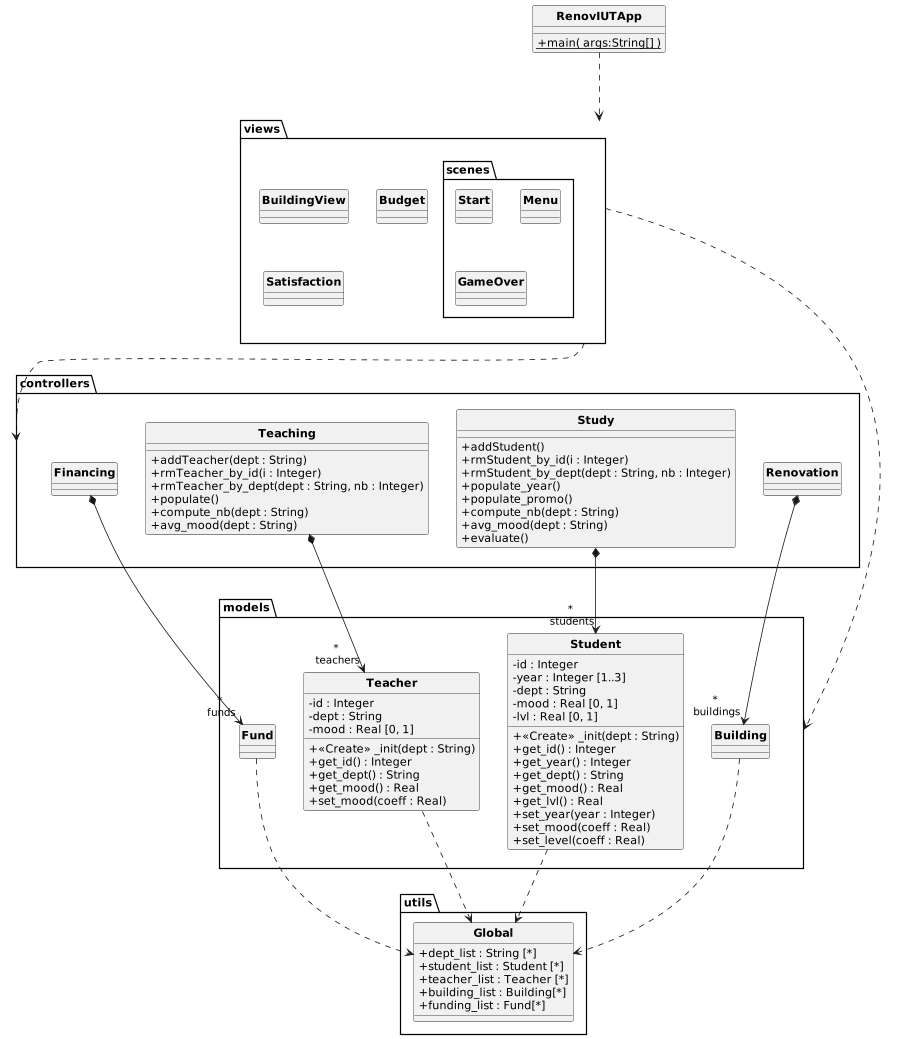
Earlier version of the PlantUML export uml/renov-iut.png (MartinFrison/Renov-IUT). The source it was exported from:
```plantuml
@startuml
skinparam style strictuml
skinparam classAttributeIconSize 0
skinparam classFontStyle Bold
hide enum methods

class RenovIUTApp {
    + {static} main( args:String[] )
}

package models {
    class Building {

    }

    class Student {
        - id : Integer
        - year : Integer [1..3]
        - dept : String
        - mood : Real [0, 1]
        - lvl : Real [0, 1]
        + «Create» _init(dept : String)
        + get_id() : Integer
        + get_year() : Integer
        + get_dept() : String
        + get_mood() : Real
        + get_lvl() : Real
        + set_year(year : Integer)
        + set_mood(coeff : Real)
        + set_level(coeff : Real)
    }

    class Teacher {
        - id : Integer
        - dept : String
        - mood : Real [0, 1]
        + «Create» _init(dept : String)
        + get_id() : Integer
        + get_dept() : String
        + get_mood() : Real
        + set_mood(coeff : Real)
    }

    class Fund {

    }
}

package controllers {
    class Study {
        + addStudent()
        + rmStudent_by_id(i : Integer)
        + rmStudent_by_dept(dept : String, nb : Integer)
        + populate_year()
        + populate_promo()
        + compute_nb(dept : String)
        + avg_mood(dept : String)
        + evaluate()
    }

    class Teaching {
        + addTeacher(dept : String)
        + rmTeacher_by_id(i : Integer)
        + rmTeacher_by_dept(dept : String, nb : Integer)
        + populate()
        + compute_nb(dept : String)
        + avg_mood(dept : String)
    }

    class Renovation {

    }

    class Financing {

    }

}

package views {
    class BuildingView {

    }

    class Budget {

    }

    class Satisfaction {

    }

    package scenes {
        class Start {

        }

        class Menu {

        }

        class GameOver {

        }
    }
}

package utils {
    class Global {
        + dept_list : String [*]
        + student_list : Student [*]
        + teacher_list : Teacher [*]
        + building_list : Building[*]
        + funding_list : Fund[*]
    }
}

RenovIUTApp ...> views
views ....> models
views .> controllers

Study *--> "*\n students" Student
Teaching *--> "*\n teachers" Teacher
Renovation *--> "*\n buildings" Building
Financing *--> "*\n funds" Fund
Student ..> Global
Teacher ..> Global
Fund ..> Global
Building ..> Global

@enduml
```
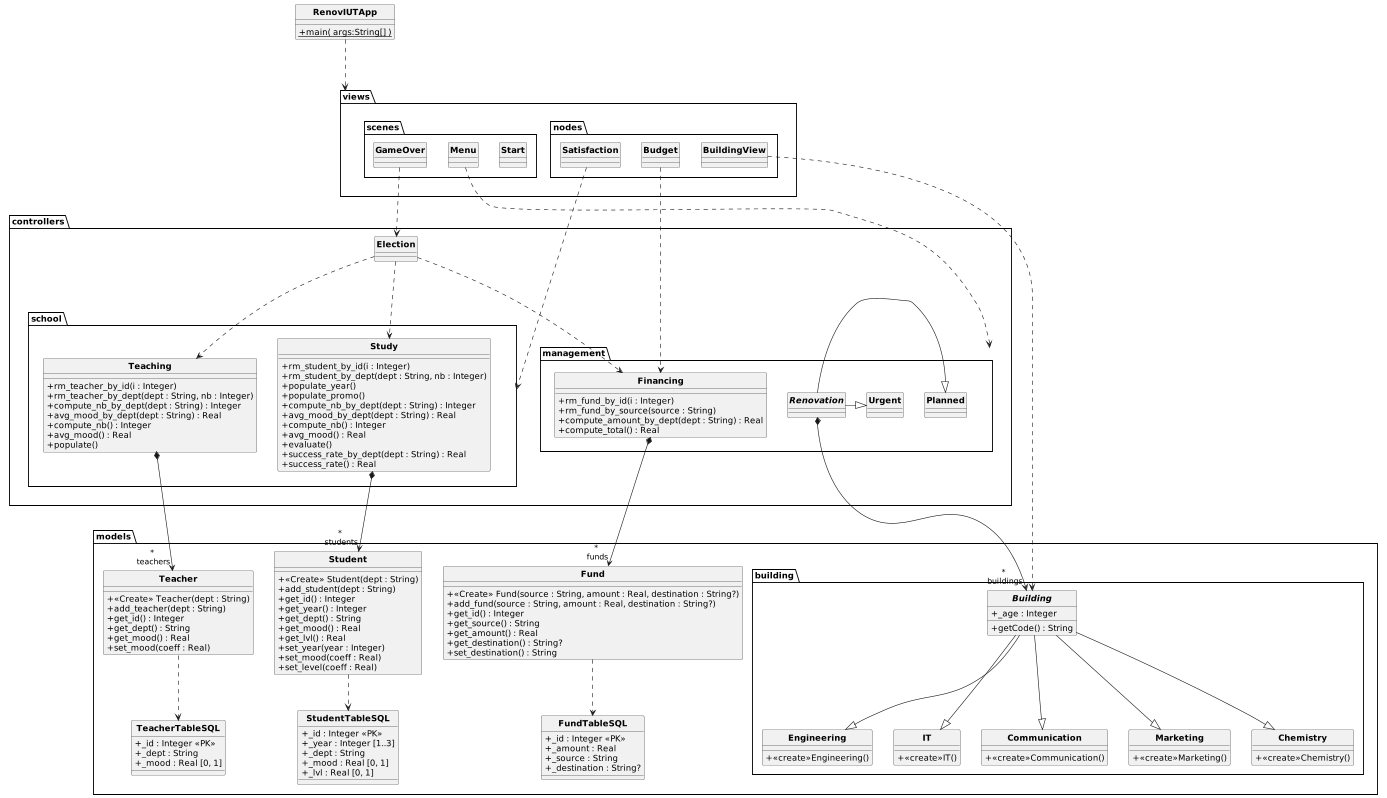
After the commit.

Commit message:
màj UML

Change to the diagram source:
```diff
@@ -1,25 +1,55 @@
-@startuml
+@startuml RenovIUTApp
+
 skinparam style strictuml
 skinparam classAttributeIconSize 0
 skinparam classFontStyle Bold
 hide enum methods
 
-class RenovIUTApp {
+class RenovIUTApp
+{
     + {static} main( args:String[] )
 }
 
-package models {
-    class Building {
+package models
+{
+    package building
+    {
+        abstract class Building
+        {
+            + _age : Integer
+            + getCode() : String
+        }
 
+        class IT
+        {
+            + <<create>>IT()
+        }
+
+        class Communication
+        {
+            + <<create>>Communication()
+        }
+
+        class Marketing
+        {
+            + <<create>>Marketing()
+        }
+
+        class Chemistry
+        {
+            + <<create>>Chemistry()
+        }
+
+        class Engineering
+        {
+            + <<create>>Engineering()
+        }
     }
 
-    class Student {
-        - id : Integer
-        - year : Integer [1..3]
-        - dept : String
-        - mood : Real [0, 1]
-        - lvl : Real [0, 1]
-        + «Create» _init(dept : String)
+    class Student
+    {
+        + «Create» Student(dept : String)
+        + add_student(dept : String)
         + get_id() : Integer
         + get_year() : Integer
         + get_dept() : String
@@ -30,102 +60,163 @@
         + set_level(coeff : Real)
     }
 
-    class Teacher {
-        - id : Integer
-        - dept : String
-        - mood : Real [0, 1]
-        + «Create» _init(dept : String)
+
+    class Teacher
+    {
+        + «Create» Teacher(dept : String)
+        + add_teacher(dept : String)
         + get_id() : Integer
         + get_dept() : String
         + get_mood() : Real
         + set_mood(coeff : Real)
     }
 
-    class Fund {
+    class Fund
+    {
+        + «Create» Fund(source : String, amount : Real, destination : String?)
+        + add_fund(source : String, amount : Real, destination : String?)
+        + get_id() : Integer
+        + get_source() : String
+        + get_amount() : Real
+        + get_destination() : String?
+        + set_destination() : String
+    }
+
+    class StudentTableSQL
+    {
+        + _id : Integer <<PK>>
+        + _year : Integer [1..3]
+        + _dept : String
+        + _mood : Real [0, 1]
+        + _lvl : Real [0, 1]
+    }
+
+    class TeacherTableSQL
+    {
+        + _id : Integer <<PK>>
+        + _dept : String
+        + _mood : Real [0, 1]
+    }
+
+    class FundTableSQL
+    {
+        + _id : Integer <<PK>>
+        + _amount : Real
+        + _source : String
+        + _destination : String?
+    }
+}
+
+package controllers {
+    package school {
+        class Study
+        {
+            + rm_student_by_id(i : Integer)
+            + rm_student_by_dept(dept : String, nb : Integer)
+            + populate_year()
+            + populate_promo()
+            + compute_nb_by_dept(dept : String) : Integer
+            + avg_mood_by_dept(dept : String) : Real
+            + compute_nb() : Integer
+            + avg_mood() : Real
+            + evaluate()
+            + success_rate_by_dept(dept : String) : Real
+            + success_rate() : Real
+        }
+
+        class Teaching
+        {
+            + rm_teacher_by_id(i : Integer)
+            + rm_teacher_by_dept(dept : String, nb : Integer)
+            + compute_nb_by_dept(dept : String) : Integer
+            + avg_mood_by_dept(dept : String) : Real
+            + compute_nb() : Integer
+            + avg_mood() : Real
+            + populate()
+        }
+    }
+    package management {
+        class Financing
+        {
+            + rm_fund_by_id(i : Integer)
+            + rm_fund_by_source(source : String)
+            + compute_amount_by_dept(dept : String) : Real
+            + compute_total() : Real
+        }
+
+        abstract class Renovation {
+
+        }
+
+        class Planned {
+
+        }
+
+        class Urgent {
+
+        }
+    }
+
+    class Election
+    {
 
     }
 }
 
-package controllers {
-    class Study {
-        + addStudent()
-        + rmStudent_by_id(i : Integer)
-        + rmStudent_by_dept(dept : String, nb : Integer)
-        + populate_year()
-        + populate_promo()
-        + compute_nb(dept : String)
-        + avg_mood(dept : String)
-        + evaluate()
+package views {
+    package nodes {
+        class BuildingView
+        {
+        }
+
+        class Budget
+        {
+        }
+
+        class Satisfaction
+        {
+        }
     }
-
-    class Teaching {
-        + addTeacher(dept : String)
-        + rmTeacher_by_id(i : Integer)
-        + rmTeacher_by_dept(dept : String, nb : Integer)
-        + populate()
-        + compute_nb(dept : String)
-        + avg_mood(dept : String)
-    }
-
-    class Renovation {
-
-    }
-
-    class Financing {
-
-    }
-
-}
-
-package views {
-    class BuildingView {
-
-    }
-
-    class Budget {
-
-    }
-
-    class Satisfaction {
-
-    }
-
-    package scenes {
+    package scenes
+    {
         class Start {
-
         }
 
         class Menu {
-
         }
 
         class GameOver {
-
         }
     }
 }
 
-package utils {
-    class Global {
-        + dept_list : String [*]
-        + student_list : Student [*]
-        + teacher_list : Teacher [*]
-        + building_list : Building[*]
-        + funding_list : Fund[*]
-    }
-}
-
 RenovIUTApp ...> views
-views ....> models
-views .> controllers
 
 Study *--> "*\n students" Student
 Teaching *--> "*\n teachers" Teacher
-Renovation *--> "*\n buildings" Building
+Renovation *---> "*\n buildings" Building
 Financing *--> "*\n funds" Fund
-Student ..> Global
-Teacher ..> Global
-Fund ..> Global
-Building ..> Global
 
+Student ..> StudentTableSQL
+Teacher ..> TeacherTableSQL
+Fund ..> FundTableSQL
+
+Building --|> IT
+Building --|> Communication
+Building --|> Marketing
+Building --|> Chemistry
+Building --|> Engineering
+
+Renovation -|> Urgent
+Renovation -|> Planned
+
+Election ...> Study
+Election ...> Teaching
+Election ...> Financing
+
+BuildingView ...> Building
+Budget ...> Financing
+Satisfaction ...> school
+Menu ...> management
+GameOver ..> Election
 @enduml
```
